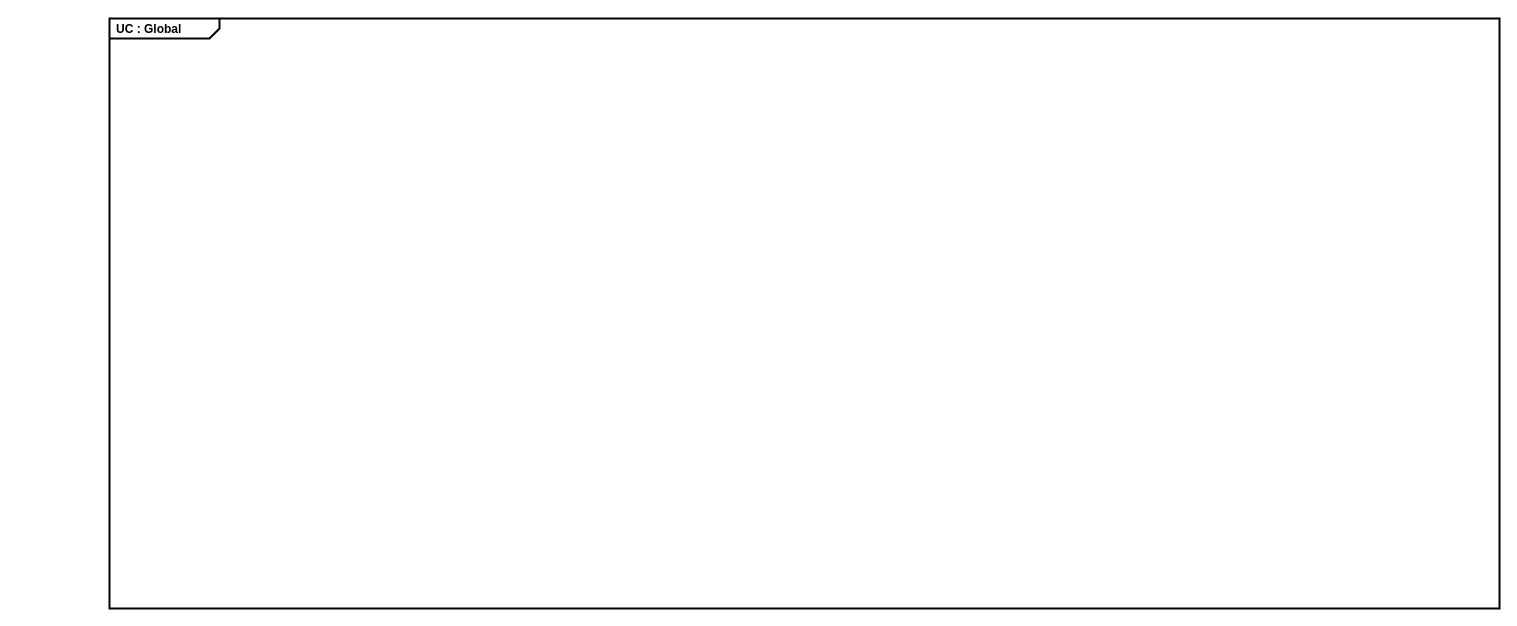
Earlier version of the draw.io diagram SYSML/UseCase/D-UC_General-F1.drawio (ToGen49/Hippodrome). Source tidied: cells renumbered, new cells numbered last; positions are measured from the earlier drawing's top-left corner, leaving out a move shared by most shapes. Both pictures are drawn from the tidied source at 100%, with x=0, y=0 at pixel (109, 18).
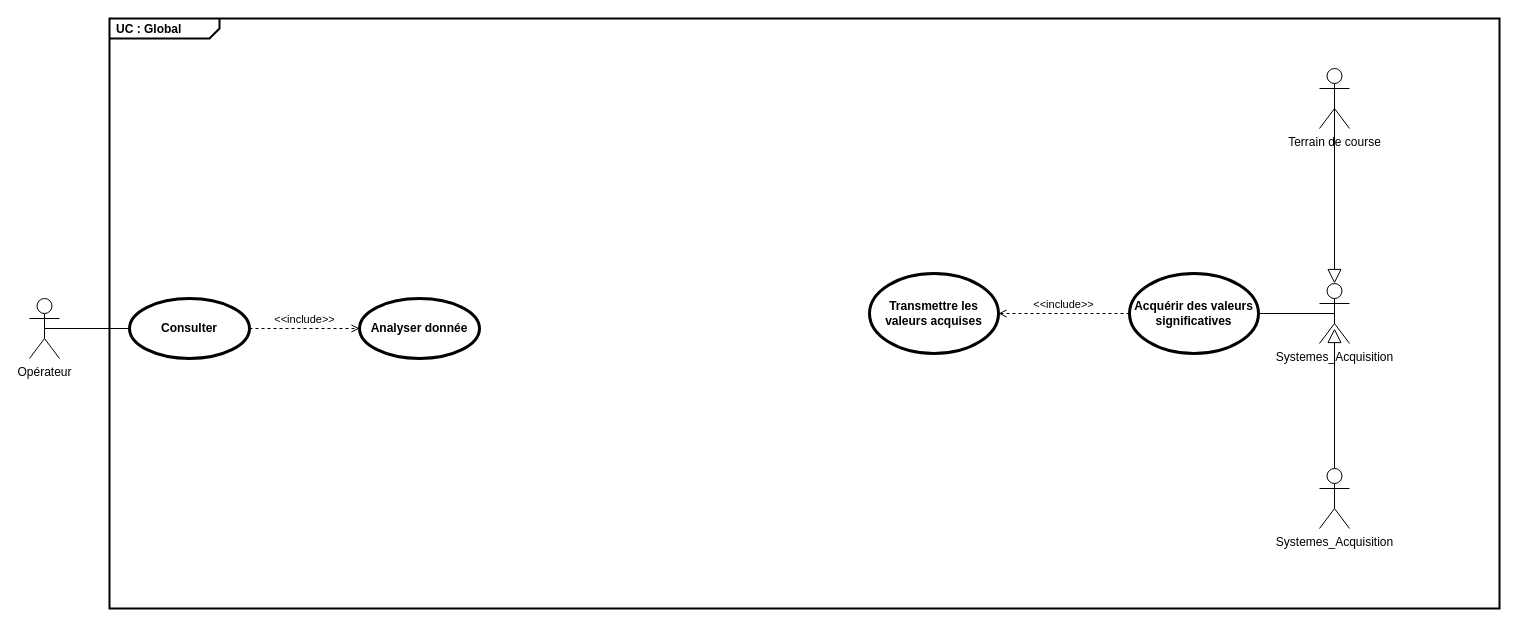
The same page after the edit.

Commit message (it also covers changes not shown here):
Mettre à jour D-UC_General-F1.drawio

Change to the diagram source:
```diff
@@
 <mxGraphModel>
   <root>
     <mxCell id="0" />
     <mxCell id="1" parent="0" />
     <mxCell id="2" value="&lt;p style=&quot;margin:0px;margin-top:4px;margin-left:7px;text-align:left;&quot;&gt;&lt;b&gt;UC : Global&lt;/b&gt;&lt;/p&gt;" style="html=1;shape=mxgraph.sysml.package;overflow=fill;labelX=110;strokeWidth=2;align=center;" parent="1" vertex="1">
       <mxGeometry width="1390" height="590" as="geometry" />
     </mxCell>
+    <mxCell id="3" value="Opérateur" style="shape=umlActor;html=1;verticalLabelPosition=bottom;verticalAlign=top;align=center;" parent="1" vertex="1">
+      <mxGeometry x="-80" y="280" width="30" height="60" as="geometry" />
+    </mxCell>
+    <mxCell id="4" value="Consulter" style="shape=ellipse;html=1;strokeWidth=3;fontStyle=1;whiteSpace=wrap;align=center;perimeter=ellipsePerimeter;" parent="1" vertex="1">
+      <mxGeometry x="20" y="280" width="120" height="60" as="geometry" />
+    </mxCell>
+    <mxCell id="5" style="edgeStyle=none;html=1;endArrow=none;verticalAlign=bottom;rounded=0;exitX=0.5;exitY=0.5;exitDx=0;exitDy=0;exitPerimeter=0;entryX=0;entryY=0.5;entryDx=0;entryDy=0;" parent="1" edge="1" source="3" target="4">
+      <mxGeometry relative="1" as="geometry" />
+    </mxCell>
+    <mxCell id="6" value="Analyser donnée" style="shape=ellipse;html=1;strokeWidth=3;fontStyle=1;whiteSpace=wrap;align=center;perimeter=ellipsePerimeter;" parent="1" vertex="1">
+      <mxGeometry x="250" y="280" width="120" height="60" as="geometry" />
+    </mxCell>
+    <mxCell id="7" value="&amp;lt;&amp;lt;include&amp;gt;&amp;gt;" style="edgeStyle=none;html=1;endArrow=open;verticalAlign=bottom;dashed=1;labelBackgroundColor=none;rounded=0;exitX=1;exitY=0.5;exitDx=0;exitDy=0;entryX=0;entryY=0.5;entryDx=0;entryDy=0;" parent="1" edge="1" source="4" target="6">
+      <mxGeometry relative="1" as="geometry" />
+    </mxCell>
+    <mxCell id="8" value="Systemes_Acquisition" style="shape=umlActor;html=1;verticalLabelPosition=bottom;verticalAlign=top;align=center;" parent="1" vertex="1">
+      <mxGeometry x="1210" y="265" width="30" height="60" as="geometry" />
+    </mxCell>
+    <mxCell id="9" value="Acquérir des valeurs significatives" style="shape=ellipse;html=1;strokeWidth=3;fontStyle=1;whiteSpace=wrap;align=center;perimeter=ellipsePerimeter;" parent="1" vertex="1">
+      <mxGeometry x="1020" y="255" width="129" height="80" as="geometry" />
+    </mxCell>
+    <mxCell id="10" value="Systemes_Acquisition" style="shape=umlActor;html=1;verticalLabelPosition=bottom;verticalAlign=top;align=center;" parent="1" vertex="1">
+      <mxGeometry x="1210" y="450" width="30" height="60" as="geometry" />
+    </mxCell>
+    <mxCell id="11" value="Terrain de course" style="shape=umlActor;html=1;verticalLabelPosition=bottom;verticalAlign=top;align=center;" parent="1" vertex="1">
+      <mxGeometry x="1210" y="50" width="30" height="60" as="geometry" />
+    </mxCell>
+    <mxCell id="12" style="edgeStyle=none;html=1;endArrow=block;endFill=0;endSize=12;verticalAlign=bottom;rounded=0;entryX=0.5;entryY=0;entryDx=0;entryDy=0;entryPerimeter=0;exitX=0.5;exitY=0.5;exitDx=0;exitDy=0;exitPerimeter=0;" parent="1" edge="1" source="11" target="8">
+      <mxGeometry relative="1" as="geometry" />
+    </mxCell>
+    <mxCell id="13" style="edgeStyle=none;html=1;endArrow=block;endFill=0;endSize=12;verticalAlign=bottom;rounded=0;entryX=0.5;entryY=0.75;entryDx=0;entryDy=0;entryPerimeter=0;exitX=0.5;exitY=0;exitDx=0;exitDy=0;exitPerimeter=0;" parent="1" edge="1" source="10" target="8">
+      <mxGeometry relative="1" as="geometry" />
+    </mxCell>
+    <mxCell id="14" style="edgeStyle=none;html=1;endArrow=none;verticalAlign=bottom;rounded=0;entryX=0.5;entryY=0.5;entryDx=0;entryDy=0;entryPerimeter=0;exitX=1;exitY=0.5;exitDx=0;exitDy=0;" parent="1" edge="1" source="9" target="8">
+      <mxGeometry relative="1" as="geometry" />
+    </mxCell>
+    <mxCell id="15" value="Transmettre les valeurs acquises" style="shape=ellipse;html=1;strokeWidth=3;fontStyle=1;whiteSpace=wrap;align=center;perimeter=ellipsePerimeter;" parent="1" vertex="1">
+      <mxGeometry x="760" y="255" width="129" height="80" as="geometry" />
+    </mxCell>
+    <mxCell id="16" value="&amp;lt;&amp;lt;include&amp;gt;&amp;gt;" style="edgeStyle=none;html=1;endArrow=open;verticalAlign=bottom;dashed=1;labelBackgroundColor=none;rounded=0;entryX=1;entryY=0.5;entryDx=0;entryDy=0;exitX=0;exitY=0.5;exitDx=0;exitDy=0;" parent="1" edge="1" source="9" target="15">
+      <mxGeometry relative="1" as="geometry" />
+    </mxCell>
   </root>
 </mxGraphModel>
```
